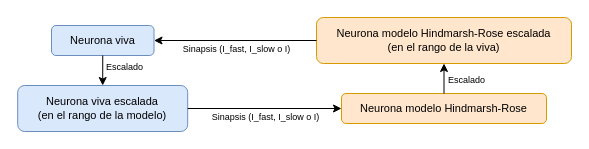
Before: memoria/Workspace/TFG_Marco_Gómez/codigos_figuras/drawio/esquema_neuronas_online.drawio in MarcoGomezHernandez/TFG, a draw.io diagram. Source tidied: cells renumbered, new cells numbered last; positions are measured from the earlier drawing's top-left corner, leaving out a move shared by most shapes. Both pictures are drawn from the tidied source at 100%, with x=0, y=0 at pixel (17, 17).
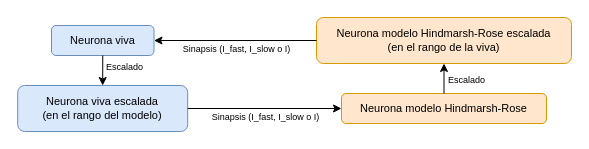
The same diagram, later.

Diff of the diagram source:
```diff
@@
 <mxGraphModel>
   <root>
     <mxCell id="0" />
     <mxCell id="1" parent="0" />
-    <mxCell id="2" value="Neurona viva&lt;span style=&quot;background-color: transparent; color: light-dark(rgb(0, 0, 0), rgb(255, 255, 255));&quot;&gt;&amp;nbsp;escalada&lt;/span&gt;&lt;div&gt;&lt;div&gt;(en el rango de la modelo)&lt;/div&gt;&lt;/div&gt;" style="rounded=1;whiteSpace=wrap;html=1;fillColor=#dae8fc;strokeColor=#6c8ebf;fontFamily=Helvetica;fontSize=11;" parent="1" vertex="1">
+    <mxCell id="2" value="Neurona viva&lt;span style=&quot;background-color: transparent; color: light-dark(rgb(0, 0, 0), rgb(255, 255, 255));&quot;&gt;&amp;nbsp;escalada&lt;/span&gt;&lt;div&gt;&lt;div&gt;(en el rango del modelo)&lt;/div&gt;&lt;/div&gt;" style="rounded=1;whiteSpace=wrap;html=1;fillColor=#dae8fc;strokeColor=#6c8ebf;fontFamily=Helvetica;fontSize=11;" parent="1" vertex="1">
       <mxGeometry x="0.2" y="68" width="170" height="46" as="geometry" />
     </mxCell>
     <mxCell id="3" value="Neurona modelo Hindmarsh-Rose" style="rounded=1;whiteSpace=wrap;html=1;fillColor=#ffe6cc;strokeColor=#d79b00;fontFamily=Helvetica;fontSize=11;" parent="1" vertex="1">
       <mxGeometry x="324" y="76" width="205" height="30" as="geometry" />
     </mxCell>
     <mxCell id="4" style="endArrow=classic;html=1;rounded=0;exitX=1;exitY=0.5;exitDx=0;exitDy=0;entryX=0;entryY=0.5;entryDx=0;entryDy=0;fontFamily=Helvetica;fontSize=9;" parent="1" edge="1" source="2" target="3">
       <mxGeometry relative="1" as="geometry" />
     </mxCell>
     <mxCell id="5" value="Sinapsis (I_fast, I_slow o I)" style="edgeLabel;html=1;align=center;verticalAlign=middle;fontFamily=Helvetica;fontSize=9;" parent="4" vertex="1">
       <mxGeometry relative="1" as="geometry">
         <mxPoint y="8" as="offset" />
       </mxGeometry>
     </mxCell>
     <mxCell id="6" value="Neurona viva" style="rounded=1;whiteSpace=wrap;html=1;fillColor=#dae8fc;strokeColor=#6c8ebf;fontFamily=Helvetica;fontSize=11;" parent="1" vertex="1">
       <mxGeometry x="34" y="8" width="102.5" height="30" as="geometry" />
     </mxCell>
     <mxCell id="7" style="endArrow=classic;html=1;rounded=0;exitX=0.5;exitY=1;exitDx=0;exitDy=0;entryX=0.5;entryY=0;entryDx=0;entryDy=0;fontFamily=Helvetica;fontSize=9;" parent="1" edge="1" source="6" target="2">
       <mxGeometry relative="1" as="geometry" />
     </mxCell>
     <mxCell id="8" value="Escalado" style="edgeLabel;html=1;align=center;verticalAlign=middle;fontFamily=Helvetica;fontSize=9;" parent="7" vertex="1">
       <mxGeometry relative="1" as="geometry">
         <mxPoint x="21" y="-3" as="offset" />
       </mxGeometry>
     </mxCell>
     <mxCell id="9" value="Neurona modelo Hindmarsh-Rose escalada&lt;div&gt;(en el rango de la viva)&lt;/div&gt;" style="rounded=1;whiteSpace=wrap;html=1;fillColor=#ffe6cc;strokeColor=#d79b00;fontFamily=Helvetica;fontSize=11;" parent="1" vertex="1">
       <mxGeometry x="299" width="255" height="46" as="geometry" />
     </mxCell>
     <mxCell id="10" style="endArrow=classic;html=1;rounded=0;exitX=0;exitY=0.5;exitDx=0;exitDy=0;entryX=1;entryY=0.5;entryDx=0;entryDy=0;fontFamily=Helvetica;fontSize=9;" parent="1" edge="1" source="9" target="6">
       <mxGeometry relative="1" as="geometry" />
     </mxCell>
     <mxCell id="11" value="Sinapsis (I_fast, I_slow o I)" style="edgeLabel;html=1;align=center;verticalAlign=middle;fontFamily=Helvetica;fontSize=9;" parent="10" vertex="1">
       <mxGeometry relative="1" as="geometry">
         <mxPoint y="8" as="offset" />
       </mxGeometry>
     </mxCell>
     <mxCell id="12" style="endArrow=classic;html=1;rounded=0;exitX=0.5;exitY=0;exitDx=0;exitDy=0;entryX=0.5;entryY=1;entryDx=0;entryDy=0;fontFamily=Helvetica;fontSize=9;" parent="1" edge="1" source="3" target="9">
       <mxGeometry relative="1" as="geometry" />
     </mxCell>
     <mxCell id="13" value="Escalado" style="edgeLabel;html=1;align=center;verticalAlign=middle;fontFamily=Helvetica;fontSize=9;" parent="12" vertex="1">
       <mxGeometry relative="1" as="geometry">
         <mxPoint x="22" y="1" as="offset" />
       </mxGeometry>
     </mxCell>
   </root>
 </mxGraphModel>
```
